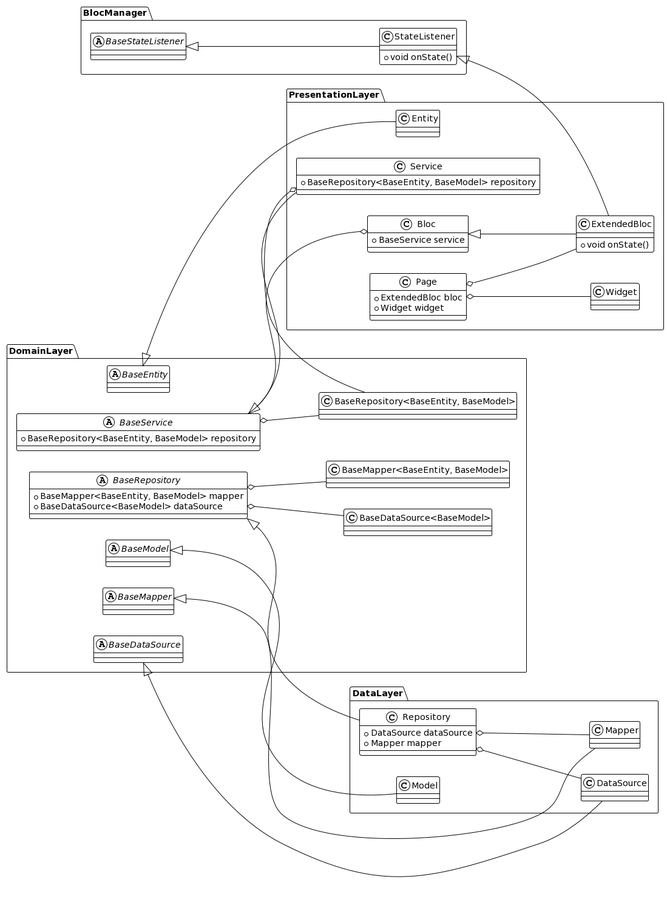
This is diagram.png from hamed-rezaee/flutter_component_architecture_poc, a PlantUML export, as it was before one commit.
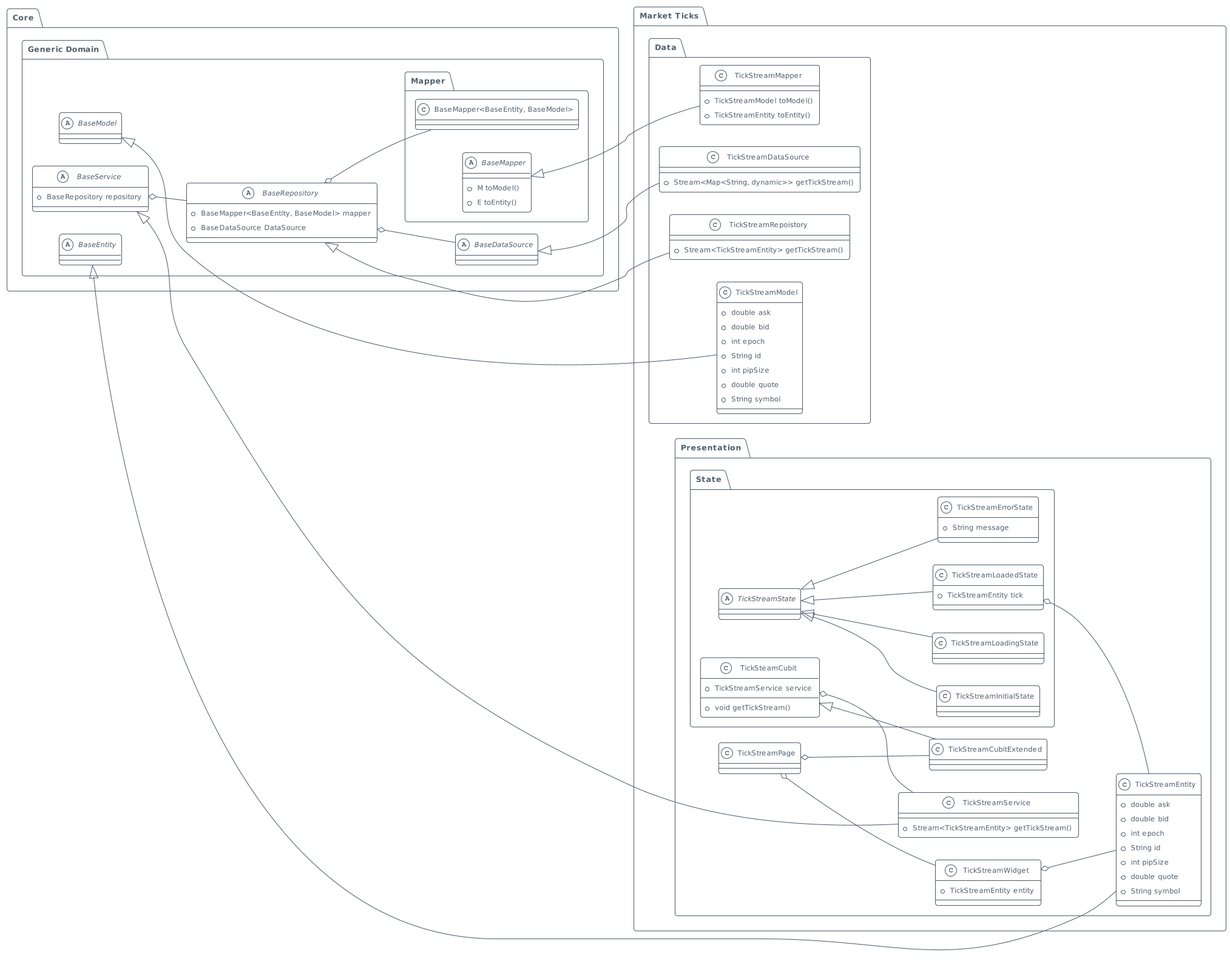
The same diagram one commit later.

Commit message:
update uml diagram

Change to the diagram source:
```diff
@@ -1,101 +1,135 @@
 @startuml
-!theme plain
-set namespaceSeparator ::
+!theme aws-orange
+    !theme plain
 
-left to right direction
+    set namespaceSeparator ::
 
-abstract class "BlocManager::BaseStateListener" {
-}
+    left to right direction
 
-class "BlocManager::StateListener" {
-  +void onState()
-}
+    abstract class "Core::Generic Domain::BaseRepository" {
+      +BaseMapper<BaseEntity, BaseModel> mapper
+      +BaseDataSource DataSource
+    }
 
-"BlocManager::BaseStateListener" <|-- "BlocManager::StateListener"
+    "Core::Generic Domain::BaseRepository" o-- "Core::Generic Domain::Mapper::BaseMapper<BaseEntity, BaseModel>"
+    "Core::Generic Domain::BaseRepository" o-- "Core::Generic Domain::BaseDataSource"
 
-class "DataLayer::Model" {
-}
+    abstract class "Core::Generic Domain::Mapper::BaseMapper" {
+      +M toModel()
+      +E toEntity()
+    }
 
-"DomainLayer::BaseModel" <|-- "DataLayer::Model"
+    abstract class "Core::Generic Domain::BaseModel" {
+    }
 
-class "DataLayer::Mapper" {
-}
+    abstract class "Core::Generic Domain::BaseService" {
+      +BaseRepository repository
+    }
 
-"DomainLayer::BaseMapper" <|-- "DataLayer::Mapper"
+    "Core::Generic Domain::BaseService" o-- "Core::Generic Domain::BaseRepository"
 
-class "DataLayer::DataSource" {
-}
+    abstract class "Core::Generic Domain::BaseDataSource" {
+    }
 
-"DomainLayer::BaseDataSource" <|-- "DataLayer::DataSource"
+    abstract class "Core::Generic Domain::BaseEntity" {
+    }
 
-class "DataLayer::Repository" {
-  +DataSource dataSource
-  +Mapper mapper
-}
+    class "Market Ticks::Data::TickStreamRepoistory" {
+      +Stream<TickStreamEntity> getTickStream()
+    }
 
-"DataLayer::Repository" o-- "DataLayer::DataSource"
-"DataLayer::Repository" o-- "DataLayer::Mapper"
-"DomainLayer::BaseRepository" <|-- "DataLayer::Repository"
+    "Core::Generic Domain::BaseRepository" <|-- "Market Ticks::Data::TickStreamRepoistory"
 
-abstract class "DomainLayer::BaseModel" {
-}
+    class "Market Ticks::Data::TickStreamModel" {
+      +double ask
+      +double bid
+      +int epoch
+      +String id
+      +int pipSize
+      +double quote
+      +String symbol
+    }
 
-abstract class "DomainLayer::BaseEntity" {
-}
+    "Core::Generic Domain::BaseModel" <|-- "Market Ticks::Data::TickStreamModel"
 
-abstract class "DomainLayer::BaseMapper" {
-}
+    class "Market Ticks::Data::TickStreamMapper" {
+      +TickStreamModel toModel()
+      +TickStreamEntity toEntity()
+    }
 
-abstract class "DomainLayer::BaseDataSource" {
-}
+    "Core::Generic Domain::Mapper::BaseMapper" <|-- "Market Ticks::Data::TickStreamMapper"
 
-abstract class "DomainLayer::BaseRepository" {
-  +BaseMapper<BaseEntity, BaseModel> mapper
-  +BaseDataSource<BaseModel> dataSource
-}
+    class "Market Ticks::Data::TickStreamDataSource" {
+      +Stream<Map<String, dynamic>> getTickStream()
+    }
 
-"DomainLayer::BaseRepository" o-- "DomainLayer::BaseMapper<BaseEntity, BaseModel>"
-"DomainLayer::BaseRepository" o-- "DomainLayer::BaseDataSource<BaseModel>"
+    "Core::Generic Domain::BaseDataSource" <|-- "Market Ticks::Data::TickStreamDataSource"
 
-abstract class "DomainLayer::BaseService" {
-  +BaseRepository<BaseEntity, BaseModel> repository
-}
+    class "Market Ticks::Presentation::TickStreamService" {
+      +Stream<TickStreamEntity> getTickStream()
+    }
 
-"DomainLayer::BaseService" o-- "DomainLayer::BaseRepository<BaseEntity, BaseModel>"
+    "Core::Generic Domain::BaseService" <|-- "Market Ticks::Presentation::TickStreamService"
 
-class "PresentationLayer::Entity" {
-}
+    class "Market Ticks::Presentation::TickStreamWidget" {
+      +TickStreamEntity entity
+    }
 
-"DomainLayer::BaseEntity" <|-- "PresentationLayer::Entity"
+    "Market Ticks::Presentation::TickStreamWidget" o-- "Market Ticks::Presentation::TickStreamEntity"
 
-class "PresentationLayer::Service" {
-  +BaseRepository<BaseEntity, BaseModel> repository
-}
+    class "Market Ticks::Presentation::TickStreamCubitExtended" {
+    }
 
-"PresentationLayer::Service" o-- "DomainLayer::BaseRepository<BaseEntity, BaseModel>"
-"DomainLayer::BaseService" <|-- "PresentationLayer::Service"
+    "Market Ticks::Presentation::State::TickSteamCubit" <|-- "Market Ticks::Presentation::TickStreamCubitExtended"
 
-class "PresentationLayer::ExtendedBloc" {
-  +void onState()
-}
+    class "Market Ticks::Presentation::TickStreamEntity" {
+      +double ask
+      +double bid
+      +int epoch
+      +String id
+      +int pipSize
+      +double quote
+      +String symbol
+    }
 
-"PresentationLayer::Bloc" <|-- "PresentationLayer::ExtendedBloc"
-"BlocManager::StateListener" <|-- "PresentationLayer::ExtendedBloc"
+    "Core::Generic Domain::BaseEntity" <|-- "Market Ticks::Presentation::TickStreamEntity"
 
-class "PresentationLayer::Bloc" {
-  +BaseService service
-}
+    class "Market Ticks::Presentation::State::TickSteamCubit" {
+      +TickStreamService service
+      +void getTickStream()
+    }
 
-"PresentationLayer::Bloc" o-- "DomainLayer::BaseService"
+    "Market Ticks::Presentation::State::TickSteamCubit" o-- "Market Ticks::Presentation::TickStreamService"
 
-class "PresentationLayer::Widget" {
-}
+    abstract class "Market Ticks::Presentation::State::TickStreamState" {
+    }
 
-class "PresentationLayer::Page" {
-  +ExtendedBloc bloc
-  +Widget widget
-}
+    class "Market Ticks::Presentation::State::TickStreamInitialState" {
+    }
 
-"PresentationLayer::Page" o-- "PresentationLayer::ExtendedBloc"
-"PresentationLayer::Page" o-- "PresentationLayer::Widget"
+    "Market Ticks::Presentation::State::TickStreamState" <|-- "Market Ticks::Presentation::State::TickStreamInitialState"
+
+    class "Market Ticks::Presentation::State::TickStreamLoadingState" {
+    }
+
+    "Market Ticks::Presentation::State::TickStreamState" <|-- "Market Ticks::Presentation::State::TickStreamLoadingState"
+
+    class "Market Ticks::Presentation::State::TickStreamLoadedState" {
+      +TickStreamEntity tick
+    }
+
+    "Market Ticks::Presentation::State::TickStreamLoadedState" o-- "Market Ticks::Presentation::TickStreamEntity"
+    "Market Ticks::Presentation::State::TickStreamState" <|-- "Market Ticks::Presentation::State::TickStreamLoadedState"
+
+    class "Market Ticks::Presentation::State::TickStreamErrorState" {
+      +String message
+    }
+
+    "Market Ticks::Presentation::State::TickStreamState" <|-- "Market Ticks::Presentation::State::TickStreamErrorState"
+
+    class "Market Ticks::Presentation::TickStreamPage" {
+    }
+
+    "Market Ticks::Presentation::TickStreamPage" o-- "Market Ticks::Presentation::TickStreamWidget"
+    "Market Ticks::Presentation::TickStreamPage" o-- "Market Ticks::Presentation::TickStreamCubitExtended"
 @enduml
```
